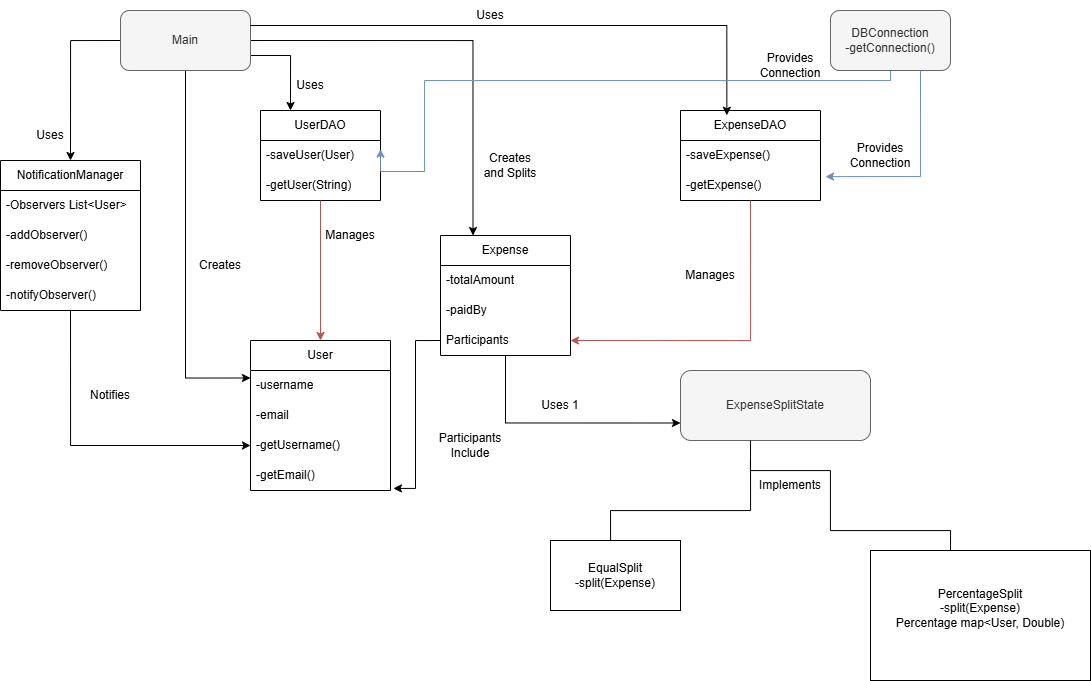
The draw.io diagram DesignPatterns/SplitwiseClassDiagram-Draw.png in JoyneelBose02/Incedo-Training, before a commit. Source tidied: cells renumbered, new cells last; positions are measured from the earlier drawing's top-left corner, leaving out a move shared by most shapes.
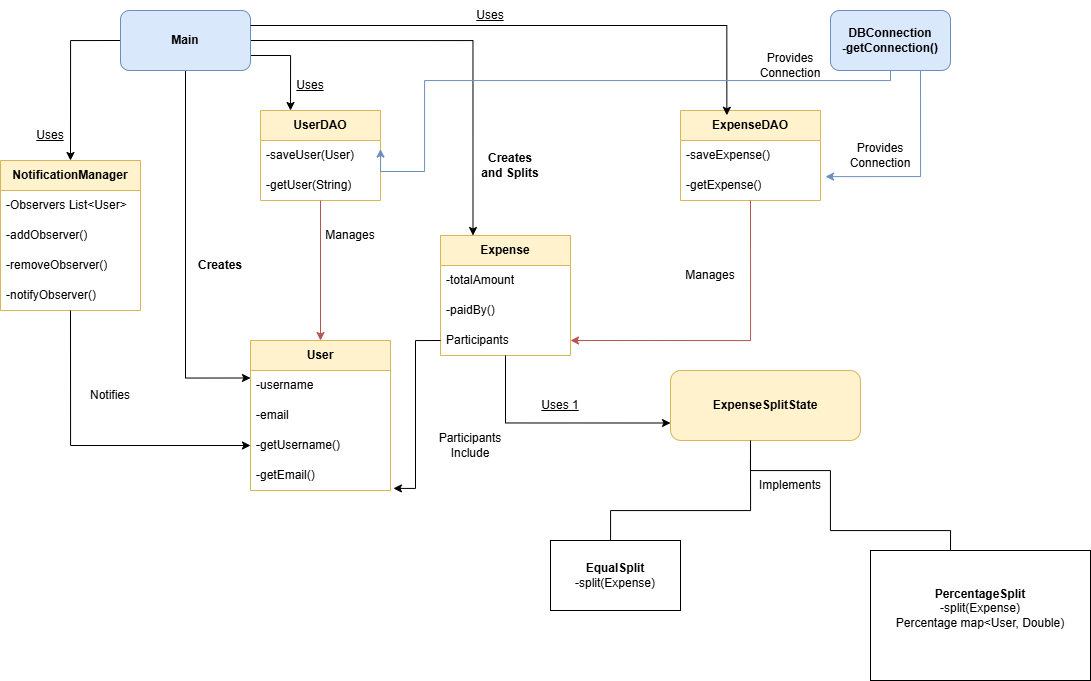
Above is the later version.

Commit message:
Updated class design Pattern

Diff of the diagram source:
```diff
@@ -2,7 +2,7 @@
   <root>
     <mxCell id="0" />
     <mxCell id="1" parent="0" />
-    <mxCell id="2" value="NotificationManager" style="swimlane;fontStyle=0;horizontal=1;startSize=30;whiteSpace=wrap;html=1;" parent="1" vertex="1">
+    <mxCell id="2" value="NotificationManager" style="swimlane;fontStyle=1;horizontal=1;startSize=30;whiteSpace=wrap;html=1;fillColor=#fff2cc;strokeColor=#d6b656;" parent="1" vertex="1">
       <mxGeometry y="160" width="140" height="150" as="geometry" />
     </mxCell>
     <mxCell id="3" value="-Observers List&amp;lt;User&amp;gt;" style="text;strokeColor=none;fillColor=none;align=left;verticalAlign=middle;spacingLeft=4;spacingRight=4;overflow=hidden;whiteSpace=wrap;html=1;" parent="2" vertex="1">
@@ -29,10 +29,10 @@
     <mxCell id="10" style="edgeStyle=orthogonalEdgeStyle;rounded=0;jettySize=auto;html=1;exitX=1;exitY=0.5;exitDx=0;exitDy=0;entryX=0.25;entryY=0;entryDx=0;entryDy=0;" parent="1" edge="1" source="11" target="22">
       <mxGeometry relative="1" as="geometry" />
     </mxCell>
-    <mxCell id="11" value="Main" style="rounded=1;whiteSpace=wrap;html=1;fillColor=#f5f5f5;fontColor=#333333;strokeColor=#666666;" parent="1" vertex="1">
+    <mxCell id="11" value="Main" style="rounded=1;whiteSpace=wrap;html=1;fillColor=#dae8fc;strokeColor=#6c8ebf;fontStyle=1;" parent="1" vertex="1">
       <mxGeometry x="120" y="10" width="130" height="60" as="geometry" />
     </mxCell>
-    <mxCell id="12" value="UserDAO" style="swimlane;fontStyle=0;horizontal=1;startSize=30;whiteSpace=wrap;html=1;" parent="1" vertex="1">
+    <mxCell id="12" value="UserDAO" style="swimlane;fontStyle=1;horizontal=1;startSize=30;whiteSpace=wrap;html=1;fillColor=#fff2cc;strokeColor=#d6b656;" parent="1" vertex="1">
       <mxGeometry x="260" y="110" width="120" height="90" as="geometry" />
     </mxCell>
     <mxCell id="13" style="edgeStyle=orthogonalEdgeStyle;rounded=0;jettySize=auto;html=1;exitX=1;exitY=0.5;exitDx=0;exitDy=0;" parent="12" edge="1" source="14">
@@ -46,10 +46,10 @@
     <mxCell id="15" value="-getUser(String)" style="text;strokeColor=none;fillColor=none;align=left;verticalAlign=middle;spacingLeft=4;spacingRight=4;overflow=hidden;points=[[0,0.5,0,0,0],[0.5,1,0,0,0],[1,0.5,0,0,0]];portConstraint=eastwest;whiteSpace=wrap;html=1;" parent="12" vertex="1">
       <mxGeometry y="60" width="120" height="30" as="geometry" />
     </mxCell>
-    <mxCell id="16" value="DBConnection&lt;div&gt;-getConnection()&lt;/div&gt;" style="rounded=1;whiteSpace=wrap;html=1;fillColor=#f5f5f5;fontColor=#333333;strokeColor=#666666;" parent="1" vertex="1">
+    <mxCell id="16" value="DBConnection&lt;div&gt;-getConnection()&lt;/div&gt;" style="rounded=1;whiteSpace=wrap;html=1;fillColor=#dae8fc;strokeColor=#6c8ebf;fontStyle=1;" parent="1" vertex="1">
       <mxGeometry x="830" y="10" width="120" height="60" as="geometry" />
     </mxCell>
-    <mxCell id="17" value="User" style="swimlane;fontStyle=0;horizontal=1;startSize=30;whiteSpace=wrap;html=1;" parent="1" vertex="1">
+    <mxCell id="17" value="User" style="swimlane;fontStyle=1;horizontal=1;startSize=30;whiteSpace=wrap;html=1;fillColor=#fff2cc;strokeColor=#d6b656;" parent="1" vertex="1">
       <mxGeometry x="250" y="340" width="140" height="150" as="geometry" />
     </mxCell>
     <mxCell id="18" value="-username" style="text;strokeColor=none;fillColor=none;align=left;verticalAlign=middle;spacingLeft=4;spacingRight=4;overflow=hidden;whiteSpace=wrap;html=1;" parent="17" vertex="1">
@@ -64,19 +64,19 @@
     <mxCell id="21" value="-getEmail()" style="text;strokeColor=none;fillColor=none;align=left;verticalAlign=middle;spacingLeft=4;spacingRight=4;overflow=hidden;points=[[0,0.5],[1,0.5]];portConstraint=eastwest;whiteSpace=wrap;html=1;" parent="17" vertex="1">
       <mxGeometry y="120" width="140" height="30" as="geometry" />
     </mxCell>
-    <mxCell id="22" value="Expense" style="swimlane;fontStyle=0;horizontal=1;startSize=30;whiteSpace=wrap;html=1;" parent="1" vertex="1">
+    <mxCell id="22" value="Expense" style="swimlane;fontStyle=1;horizontal=1;startSize=30;whiteSpace=wrap;html=1;fillColor=#fff2cc;strokeColor=#d6b656;" parent="1" vertex="1">
       <mxGeometry x="440" y="235" width="130" height="120" as="geometry" />
     </mxCell>
     <mxCell id="23" value="-totalAmount" style="text;strokeColor=none;fillColor=none;align=left;verticalAlign=middle;spacingLeft=4;spacingRight=4;overflow=hidden;whiteSpace=wrap;html=1;" parent="22" vertex="1">
       <mxGeometry y="30" width="130" height="30" as="geometry" />
     </mxCell>
-    <mxCell id="24" value="-paidBy" style="text;strokeColor=none;fillColor=none;align=left;verticalAlign=middle;spacingLeft=4;spacingRight=4;overflow=hidden;whiteSpace=wrap;html=1;" parent="22" vertex="1">
+    <mxCell id="24" value="-paidBy()" style="text;strokeColor=none;fillColor=none;align=left;verticalAlign=middle;spacingLeft=4;spacingRight=4;overflow=hidden;whiteSpace=wrap;html=1;" parent="22" vertex="1">
       <mxGeometry y="60" width="130" height="30" as="geometry" />
     </mxCell>
     <mxCell id="25" value="Participants" style="text;strokeColor=none;fillColor=none;align=left;verticalAlign=middle;spacingLeft=4;spacingRight=4;overflow=hidden;points=[[0,0.5,0,0,0],[0.5,0,0,0,0],[0.5,1,0,0,0],[1,0.5,0,0,0]];portConstraint=eastwest;whiteSpace=wrap;html=1;" parent="22" vertex="1">
       <mxGeometry y="90" width="130" height="30" as="geometry" />
     </mxCell>
-    <mxCell id="26" value="ExpenseDAO" style="swimlane;fontStyle=0;horizontal=1;startSize=30;whiteSpace=wrap;html=1;" parent="1" vertex="1">
+    <mxCell id="26" value="ExpenseDAO" style="swimlane;fontStyle=1;horizontal=1;startSize=30;whiteSpace=wrap;html=1;fillColor=#fff2cc;strokeColor=#d6b656;" parent="1" vertex="1">
       <mxGeometry x="680" y="110" width="140" height="90" as="geometry" />
     </mxCell>
     <mxCell id="27" value="-saveExpense()" style="text;strokeColor=none;fillColor=none;align=left;verticalAlign=middle;spacingLeft=4;spacingRight=4;overflow=hidden;whiteSpace=wrap;html=1;" parent="26" vertex="1">
@@ -85,8 +85,8 @@
     <mxCell id="28" value="-getExpense()" style="text;strokeColor=none;fillColor=none;align=left;verticalAlign=middle;spacingLeft=4;spacingRight=4;overflow=hidden;points=[[0,0.5,0,0,0],[0.5,0,0,0,0],[0.5,1,0,0,0],[1,0.5,0,0,0]];portConstraint=eastwest;whiteSpace=wrap;html=1;" parent="26" vertex="1">
       <mxGeometry y="60" width="140" height="30" as="geometry" />
     </mxCell>
-    <mxCell id="29" value="ExpenseSplitState" style="rounded=1;whiteSpace=wrap;html=1;fillColor=#f5f5f5;fontColor=#333333;strokeColor=#666666;" parent="1" vertex="1">
-      <mxGeometry x="680" y="370" width="190" height="70" as="geometry" />
+    <mxCell id="29" value="ExpenseSplitState" style="rounded=1;whiteSpace=wrap;html=1;fillColor=#fff2cc;strokeColor=#d6b656;fontStyle=1;" parent="1" vertex="1">
+      <mxGeometry x="670" y="370" width="190" height="70" as="geometry" />
     </mxCell>
     <mxCell id="30" style="edgeStyle=orthogonalEdgeStyle;sourcePerimeterSpacing=0;targetPerimeterSpacing=0;startArrow=none;endArrow=none;rounded=0;targetPortConstraint=eastwest;sourcePortConstraint=northsouth;curved=0;rounded=0;" parent="1" edge="1">
       <mxGeometry relative="1" as="geometry">
@@ -110,10 +110,10 @@
         </Array>
       </mxGeometry>
     </mxCell>
-    <mxCell id="32" value="EqualSplit&lt;div&gt;-split(Expense)&lt;/div&gt;" style="whiteSpace=wrap;html=1;align=center;verticalAlign=middle;" parent="1" vertex="1">
+    <mxCell id="32" value="&lt;b&gt;EqualSplit&lt;/b&gt;&lt;div&gt;-split(Expense)&lt;/div&gt;" style="whiteSpace=wrap;html=1;align=center;verticalAlign=middle;" parent="1" vertex="1">
       <mxGeometry x="550" y="540" width="130" height="70" as="geometry" />
     </mxCell>
-    <mxCell id="33" value="PercentageSplit&lt;div&gt;-split(Expense)&lt;/div&gt;&lt;div&gt;Percentage map&amp;lt;User, Double)&lt;/div&gt;&lt;div&gt;&lt;br&gt;&lt;/div&gt;" style="whiteSpace=wrap;html=1;align=center;verticalAlign=middle;" parent="1" vertex="1">
+    <mxCell id="33" value="&lt;b&gt;PercentageSplit&lt;/b&gt;&lt;div&gt;-split(Expense)&lt;/div&gt;&lt;div&gt;Percentage map&amp;lt;User, Double)&lt;/div&gt;&lt;div&gt;&lt;br&gt;&lt;/div&gt;" style="whiteSpace=wrap;html=1;align=center;verticalAlign=middle;" parent="1" vertex="1">
       <mxGeometry x="870" y="550" width="220" height="130" as="geometry" />
     </mxCell>
     <mxCell id="34" style="edgeStyle=orthogonalEdgeStyle;rounded=0;jettySize=auto;html=1;exitX=0.5;exitY=1;exitDx=0;exitDy=0;exitPerimeter=0;entryX=0;entryY=0.5;entryDx=0;entryDy=0;" parent="1" edge="1" source="6" target="20">
@@ -148,10 +148,10 @@
     <mxCell id="41" style="edgeStyle=orthogonalEdgeStyle;rounded=0;jettySize=auto;html=1;exitX=0;exitY=0.5;exitDx=0;exitDy=0;exitPerimeter=0;entryX=1.021;entryY=0.93;entryDx=0;entryDy=0;entryPerimeter=0;" parent="1" edge="1" source="25" target="21">
       <mxGeometry relative="1" as="geometry" />
     </mxCell>
-    <mxCell id="42" value="Uses" style="text;strokeColor=none;align=center;fillColor=none;html=1;verticalAlign=middle;whiteSpace=wrap;rounded=0;" parent="1" vertex="1">
+    <mxCell id="42" value="Uses" style="text;strokeColor=none;align=center;fillColor=none;html=1;verticalAlign=middle;whiteSpace=wrap;rounded=0;fontStyle=4;" parent="1" vertex="1">
       <mxGeometry x="460" width="60" height="30" as="geometry" />
     </mxCell>
-    <mxCell id="43" value="Creates and Splits" style="text;strokeColor=none;align=center;fillColor=none;html=1;verticalAlign=middle;whiteSpace=wrap;rounded=0;" parent="1" vertex="1">
+    <mxCell id="43" value="Creates and Splits" style="text;strokeColor=none;align=center;fillColor=none;html=1;verticalAlign=middle;whiteSpace=wrap;rounded=0;fontStyle=1;" parent="1" vertex="1">
       <mxGeometry x="480" y="150" width="60" height="30" as="geometry" />
     </mxCell>
     <mxCell id="44" value="Provides Connection" style="text;strokeColor=none;align=center;fillColor=none;html=1;verticalAlign=middle;whiteSpace=wrap;rounded=0;" parent="1" vertex="1">
@@ -160,16 +160,16 @@
     <mxCell id="45" value="Provides Connection" style="text;strokeColor=none;align=center;fillColor=none;html=1;verticalAlign=middle;whiteSpace=wrap;rounded=0;" parent="1" vertex="1">
       <mxGeometry x="760" y="50" width="60" height="30" as="geometry" />
     </mxCell>
-    <mxCell id="46" value="Uses" style="text;strokeColor=none;align=center;fillColor=none;html=1;verticalAlign=middle;whiteSpace=wrap;rounded=0;" parent="1" vertex="1">
+    <mxCell id="46" value="Uses" style="text;strokeColor=none;align=center;fillColor=none;html=1;verticalAlign=middle;whiteSpace=wrap;rounded=0;fontStyle=4;" parent="1" vertex="1">
       <mxGeometry x="280" y="70" width="60" height="30" as="geometry" />
     </mxCell>
-    <mxCell id="47" value="Uses" style="text;strokeColor=none;align=center;fillColor=none;html=1;verticalAlign=middle;whiteSpace=wrap;rounded=0;" parent="1" vertex="1">
+    <mxCell id="47" value="Uses" style="text;strokeColor=none;align=center;fillColor=none;html=1;verticalAlign=middle;whiteSpace=wrap;rounded=0;fontStyle=4;" parent="1" vertex="1">
       <mxGeometry x="20" y="120" width="60" height="30" as="geometry" />
     </mxCell>
     <mxCell id="48" value="Notifies" style="text;strokeColor=none;align=center;fillColor=none;html=1;verticalAlign=middle;whiteSpace=wrap;rounded=0;" parent="1" vertex="1">
       <mxGeometry x="80" y="380" width="60" height="30" as="geometry" />
     </mxCell>
-    <mxCell id="49" value="Creates" style="text;strokeColor=none;align=center;fillColor=none;html=1;verticalAlign=middle;whiteSpace=wrap;rounded=0;" parent="1" vertex="1">
+    <mxCell id="49" value="Creates" style="text;strokeColor=none;align=center;fillColor=none;html=1;verticalAlign=middle;whiteSpace=wrap;rounded=0;fontStyle=1;" parent="1" vertex="1">
       <mxGeometry x="190" y="250" width="60" height="30" as="geometry" />
     </mxCell>
     <mxCell id="50" value="Manages" style="text;strokeColor=none;align=center;fillColor=none;html=1;verticalAlign=middle;whiteSpace=wrap;rounded=0;" parent="1" vertex="1">
@@ -178,7 +178,7 @@
     <mxCell id="51" value="Manages" style="text;strokeColor=none;align=center;fillColor=none;html=1;verticalAlign=middle;whiteSpace=wrap;rounded=0;" parent="1" vertex="1">
       <mxGeometry x="320" y="220" width="60" height="30" as="geometry" />
     </mxCell>
-    <mxCell id="52" value="Uses 1" style="text;strokeColor=none;align=center;fillColor=none;html=1;verticalAlign=middle;whiteSpace=wrap;rounded=0;" parent="1" vertex="1">
+    <mxCell id="52" value="Uses 1" style="text;strokeColor=none;align=center;fillColor=none;html=1;verticalAlign=middle;whiteSpace=wrap;rounded=0;fontStyle=4;" parent="1" vertex="1">
       <mxGeometry x="530" y="390" width="60" height="30" as="geometry" />
     </mxCell>
     <mxCell id="53" value="Implements" style="text;strokeColor=none;align=center;fillColor=none;html=1;verticalAlign=middle;whiteSpace=wrap;rounded=0;" parent="1" vertex="1">
```
